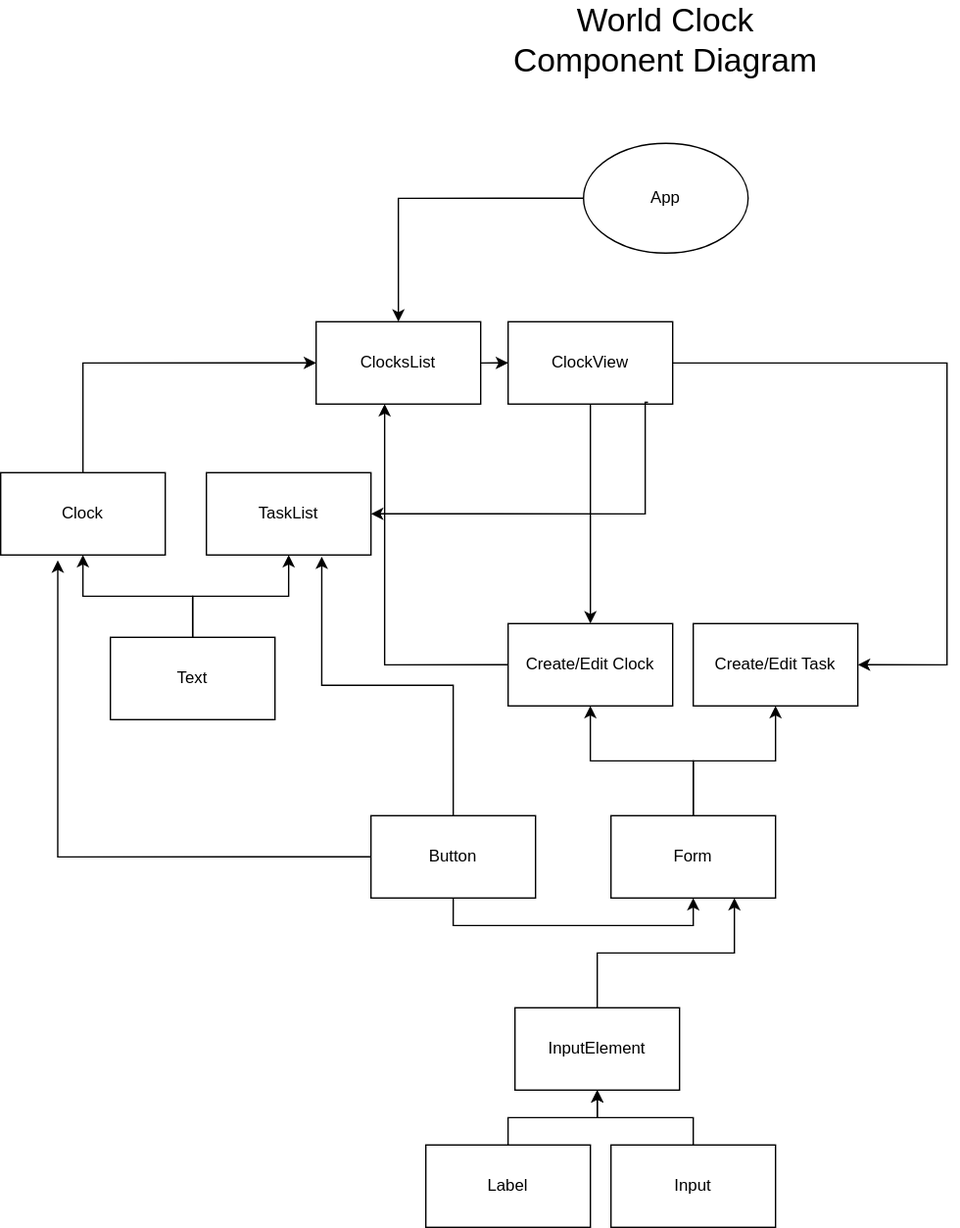
Sadaaf/worldClock keeps this draw.io diagram as documentation/diagrams/component-diagram.svg. Above is the earlier version. Source tidied: cells renumbered, new cells last; positions are measured from the earlier drawing's top-left corner, leaving out a move shared by most shapes.
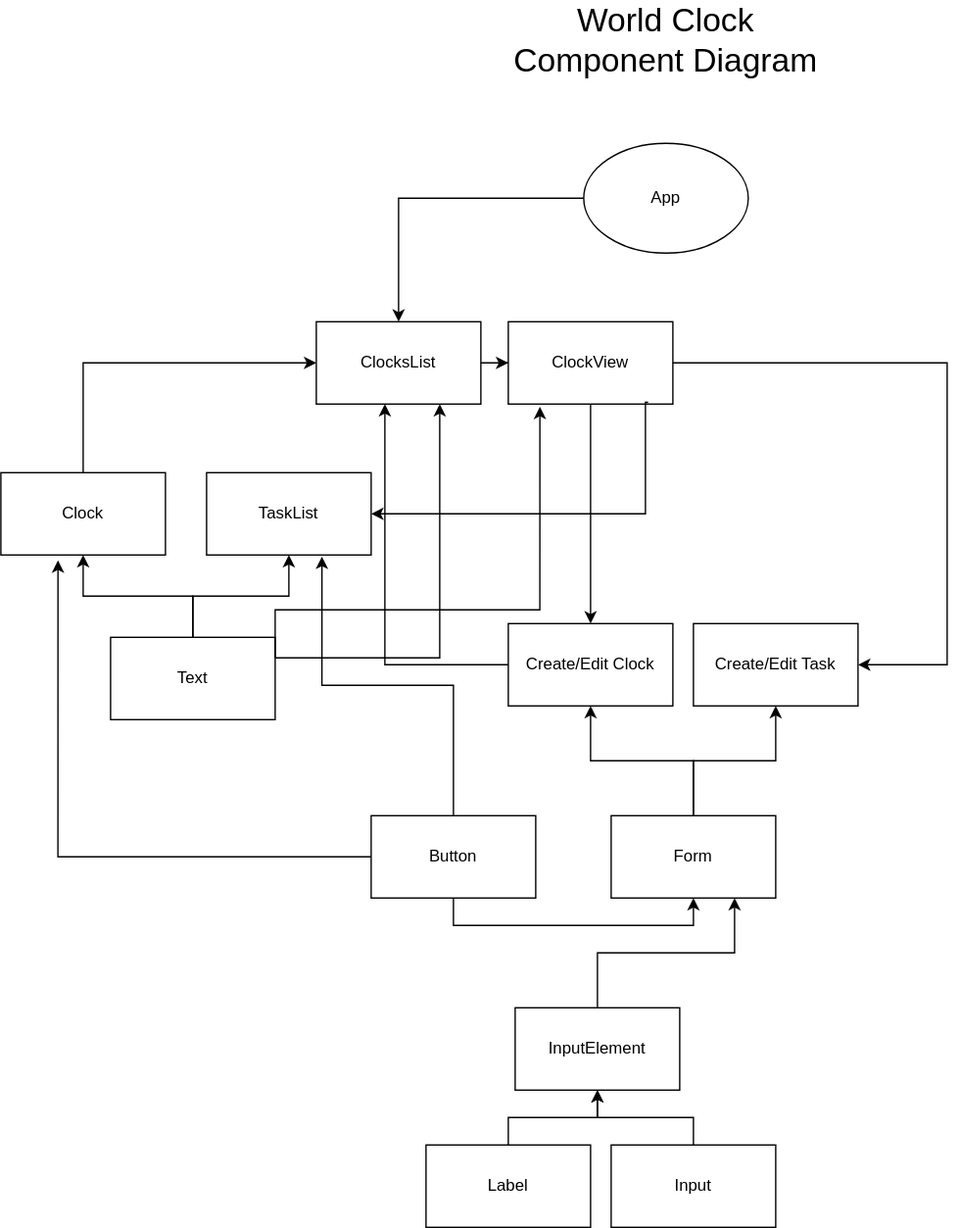
The same diagram one commit later.

What changed in the source:
```diff
@@ -43,6 +43,9 @@
     <mxCell id="12" style="edgeStyle=orthogonalEdgeStyle;rounded=0;jettySize=auto;html=1;exitX=0.5;exitY=0;exitDx=0;exitDy=0;entryX=0.5;entryY=1;entryDx=0;entryDy=0;" parent="1" edge="1" source="13" target="16">
       <mxGeometry relative="1" as="geometry" />
     </mxCell>
+    <mxCell id="33" style="edgeStyle=orthogonalEdgeStyle;rounded=0;jettySize=auto;html=1;exitX=1;exitY=0.25;exitDx=0;exitDy=0;entryX=0.75;entryY=1;entryDx=0;entryDy=0;" parent="1" edge="1" source="13" target="6">
+      <mxGeometry relative="1" as="geometry" />
+    </mxCell>
     <mxCell id="13" value="Text" style="rounded=0;whiteSpace=wrap;html=1;" parent="1" vertex="1">
       <mxGeometry x="80" y="450" width="120" height="60" as="geometry" />
     </mxCell>
@@ -108,5 +111,13 @@
     <mxCell id="32" style="edgeStyle=orthogonalEdgeStyle;rounded=0;jettySize=auto;html=1;exitX=0;exitY=0.5;exitDx=0;exitDy=0;entryX=0.347;entryY=1.065;entryDx=0;entryDy=0;entryPerimeter=0;" parent="1" edge="1" source="28" target="15">
       <mxGeometry relative="1" as="geometry" />
     </mxCell>
+    <mxCell id="34" style="edgeStyle=orthogonalEdgeStyle;rounded=0;jettySize=auto;html=1;exitX=1;exitY=0.25;exitDx=0;exitDy=0;entryX=0.192;entryY=1.033;entryDx=0;entryDy=0;entryPerimeter=0;" parent="1" edge="1" source="13" target="9">
+      <mxGeometry relative="1" as="geometry">
+        <Array as="points">
+          <mxPoint x="200" y="430" />
+          <mxPoint x="393" y="430" />
+        </Array>
+      </mxGeometry>
+    </mxCell>
   </root>
 </mxGraphModel>
```
